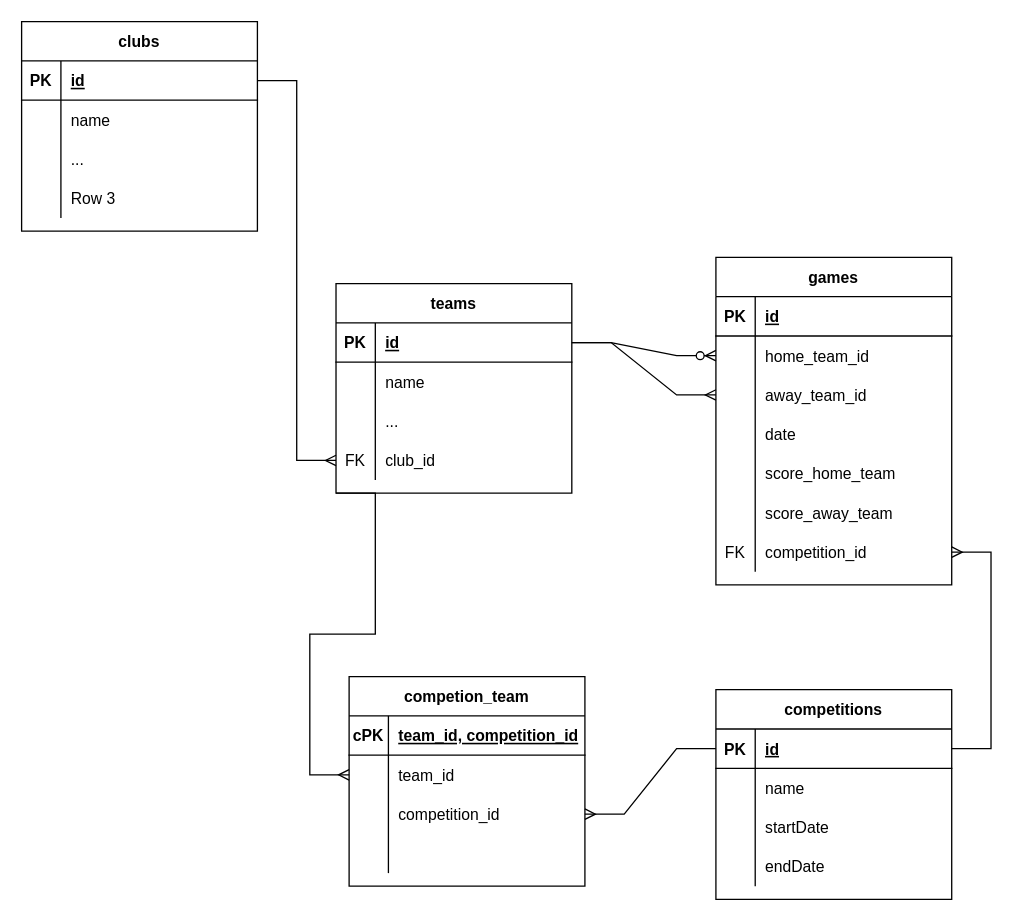
The draw.io diagram Sport.drawio in gdmgent/webdev1_2022-23, before the edit. Source tidied: cells renumbered, new cells numbered last; positions are measured from the earlier drawing's top-left corner, leaving out a move shared by most shapes. Both pictures are drawn from the tidied source at 131%, with x=0, y=0 at pixel (21, 21).
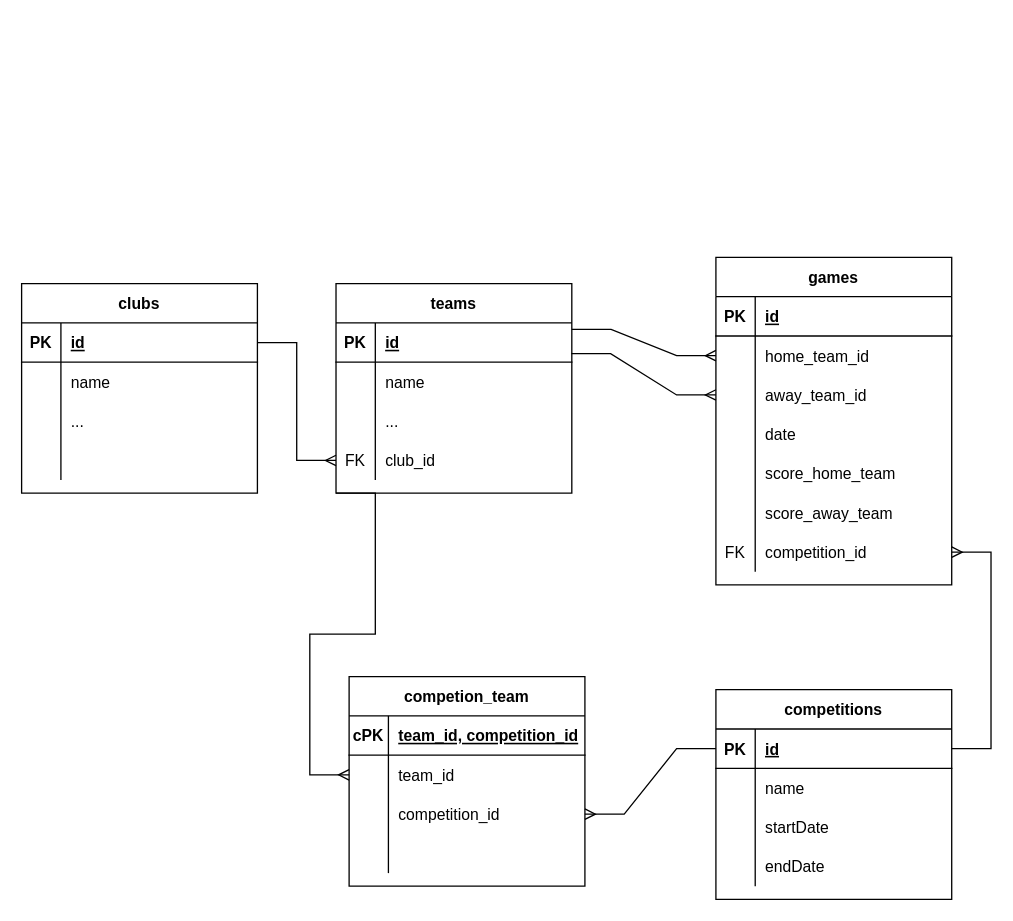
After the change.

The change refers to these unchanged cells:
```xml
<mxCell id="3" style="shape=tableRow;horizontal=0;startSize=0;swimlaneHead=0;swimlaneBody=0;fillColor=none;points=[[0,0.5],[1,0.5]];portConstraint=eastwest;top=0;left=0;right=0;bottom=1;" parent="2" vertex="1">
  <mxGeometry y="30" width="180" height="30" as="geometry" />
</mxCell>
<mxCell id="19" style="shape=tableRow;horizontal=0;startSize=0;swimlaneHead=0;swimlaneBody=0;fillColor=none;points=[[0,0.5],[1,0.5]];portConstraint=eastwest;top=0;left=0;right=0;bottom=0;" parent="15" vertex="1">
  <mxGeometry y="60" width="180" height="30" as="geometry" />
</mxCell>
<mxCell id="22" style="shape=tableRow;horizontal=0;startSize=0;swimlaneHead=0;swimlaneBody=0;fillColor=none;points=[[0,0.5],[1,0.5]];portConstraint=eastwest;top=0;left=0;right=0;bottom=0;" parent="15" vertex="1">
  <mxGeometry y="90" width="180" height="30" as="geometry" />
</mxCell>
<mxCell id="63" style="shape=tableRow;horizontal=0;startSize=0;swimlaneHead=0;swimlaneBody=0;fillColor=none;top=0;left=0;right=0;bottom=0;" parent="53" vertex="1">
  <mxGeometry y="120" width="180" height="30" as="geometry" />
</mxCell>
```

Change to the diagram source:
```diff
@@
-    <mxCell id="37" style="edgeStyle=entityRelationEdgeStyle;fontSize=12;html=1;endArrow=ERzeroToMany;endFill=1;rounded=0;exitX=1;exitY=0.5;exitDx=0;exitDy=0;entryX=0;entryY=0.5;entryDx=0;entryDy=0;" parent="1" edge="1" source="3" target="19">
-      <mxGeometry relative="1" as="geometry" />
+    <mxCell id="37" style="edgeStyle=entityRelationEdgeStyle;fontSize=12;html=1;endArrow=ERmany;endFill=0;rounded=0;entryX=0;entryY=0.5;entryDx=0;entryDy=0;" parent="1" edge="1" target="19">
+      <mxGeometry relative="1" as="geometry">
+        <mxPoint x="420" y="235" as="sourcePoint" />
+      </mxGeometry>
     </mxCell>
-    <mxCell id="38" style="edgeStyle=entityRelationEdgeStyle;fontSize=12;html=1;endArrow=ERmany;rounded=0;exitX=1;exitY=0.5;exitDx=0;exitDy=0;entryX=0;entryY=0.5;entryDx=0;entryDy=0;" parent="1" edge="1" source="3" target="22">
+    <mxCell id="38" style="edgeStyle=entityRelationEdgeStyle;fontSize=12;html=1;endArrow=ERmany;rounded=0;exitX=0.998;exitY=0.781;exitDx=0;exitDy=0;entryX=0;entryY=0.5;entryDx=0;entryDy=0;exitPerimeter=0;" parent="1" edge="1" source="3" target="22">
       <mxGeometry relative="1" as="geometry" />
     </mxCell>
@@
     <mxCell id="53" value="clubs" style="shape=table;startSize=30;childLayout=tableLayout;rowLines=0;fontStyle=1;align=center;" parent="1" vertex="1">
-      <mxGeometry width="180" height="160" as="geometry" />
+      <mxGeometry y="200" width="180" height="160" as="geometry" />
     </mxCell>
@@
-    <mxCell id="65" value="Row 3" style="shape=partialRectangle;fillColor=none;top=0;left=0;bottom=0;right=0;align=left;spacingLeft=6;overflow=hidden;" parent="63" vertex="1">
+    <mxCell id="65" style="shape=partialRectangle;fillColor=none;top=0;left=0;bottom=0;right=0;align=left;spacingLeft=6;overflow=hidden;" parent="63" vertex="1">
       <mxGeometry x="30" width="150" height="30" as="geometry" />
     </mxCell>
```
